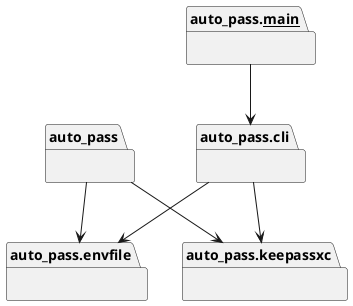
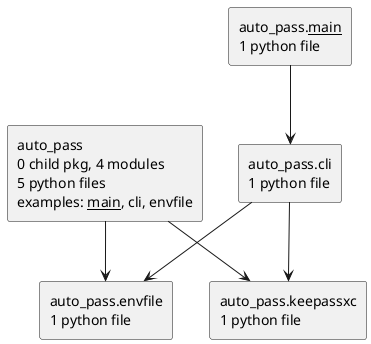
@startuml packages_auto-pass
set namespaceSeparator none
- package "auto_pass" as auto_pass {
- }
- package "auto_pass.__main__" as auto_pass.__main__ {
- }
- package "auto_pass.cli" as auto_pass.cli {
- }
- package "auto_pass.envfile" as auto_pass.envfile {
- }
- package "auto_pass.keepassxc" as auto_pass.keepassxc {
- }
+ top to bottom direction
+ skinparam componentStyle rectangle
+ rectangle "auto_pass\n0 child pkg, 4 modules\n5 python files\nexamples: __main__, cli, envfile" as auto_pass
+ rectangle "auto_pass.__main__\n1 python file" as auto_pass.__main__
+ rectangle "auto_pass.cli\n1 python file" as auto_pass.cli
+ rectangle "auto_pass.envfile\n1 python file" as auto_pass.envfile
+ rectangle "auto_pass.keepassxc\n1 python file" as auto_pass.keepassxc
auto_pass --> auto_pass.envfile
auto_pass --> auto_pass.keepassxc
auto_pass.__main__ --> auto_pass.cli
auto_pass.cli --> auto_pass.envfile
auto_pass.cli --> auto_pass.keepassxc
@enduml
